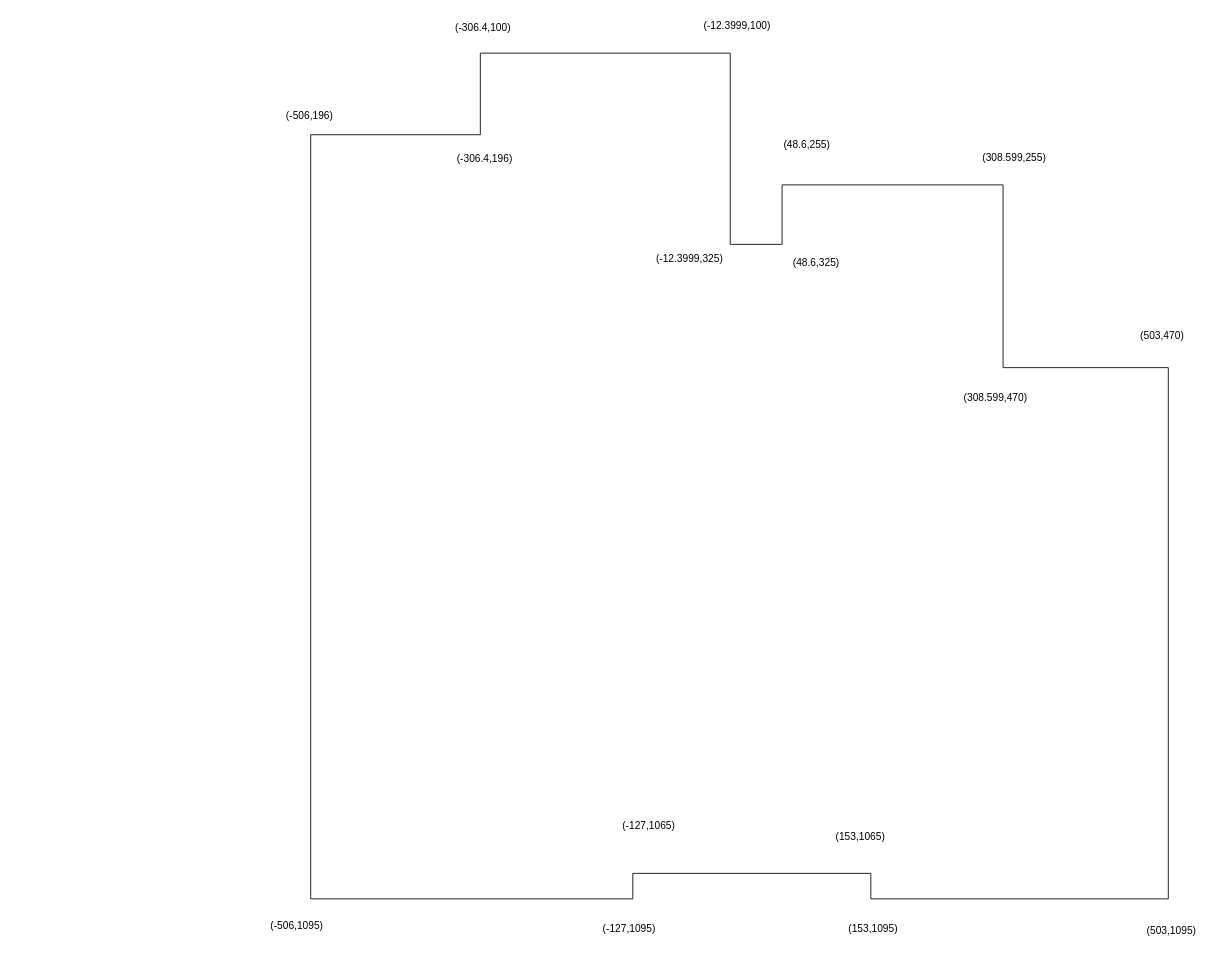
This is 工具/Untitled Diagram.drawio from leexiaozheng/summary, a draw.io file, before an edit. Source tidied: cells renumbered, new cells numbered last; positions are measured from the earlier drawing's top-left corner, leaving out a move shared by most shapes. Both pictures are drawn from the tidied source at 85%, with x=0, y=0 at pixel (258, 14).
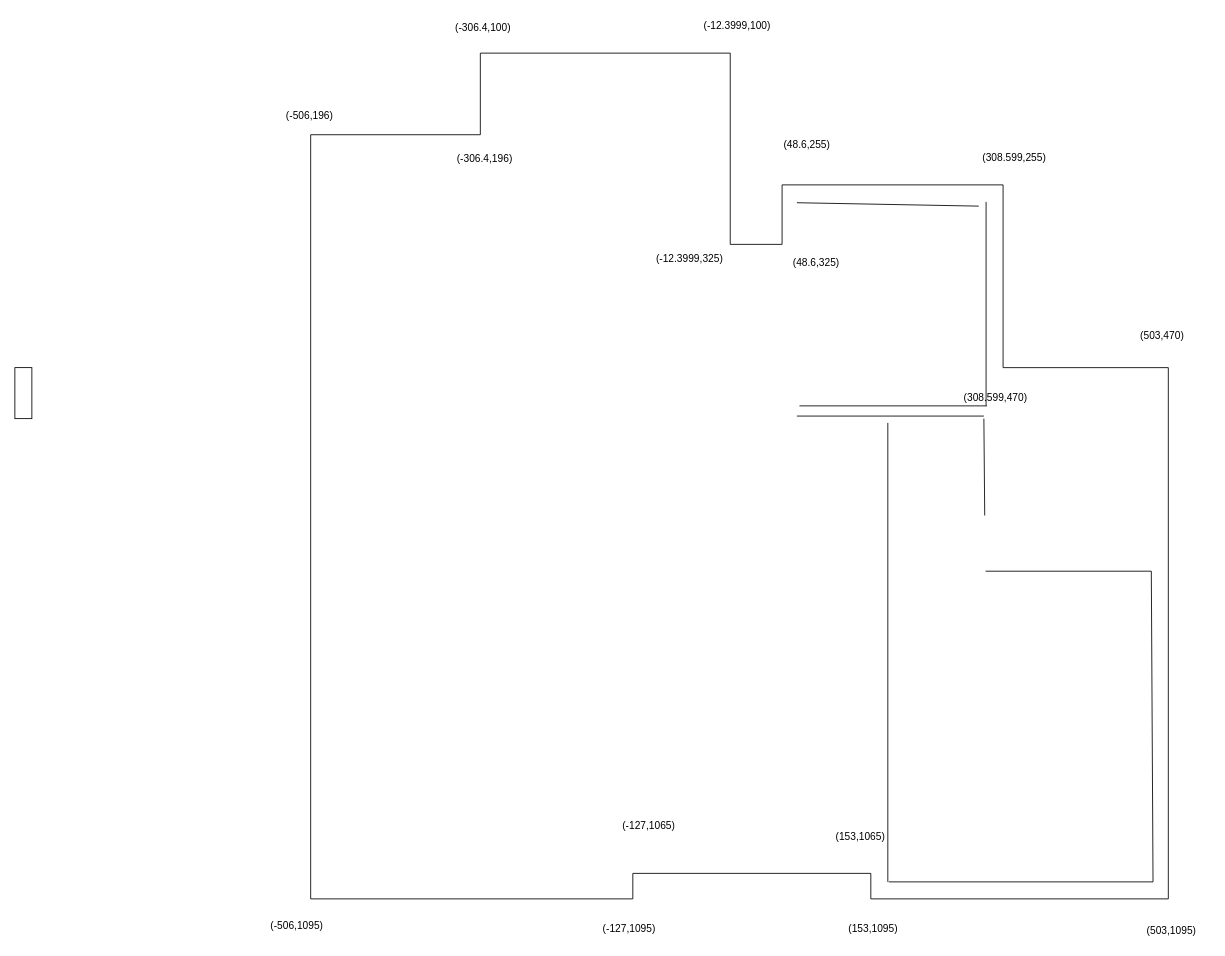
The same diagram, later.

The edit, as a diff of the source:
```diff
@@
+    <mxCell id="34" style="endArrow=none;html=1;targetPerimeterSpacing=10;" parent="1" edge="1">
+      <mxGeometry relative="1" as="geometry">
+        <mxPoint x="1052" y="1020" as="sourcePoint" />
+        <mxPoint x="1050" y="654.5" as="targetPoint" />
+      </mxGeometry>
+    </mxCell>
+    <mxCell id="35" style="endArrow=none;html=1;targetPerimeterSpacing=10;" parent="1" edge="1">
+      <mxGeometry relative="1" as="geometry">
+        <mxPoint x="1050" y="654.5" as="sourcePoint" />
+        <mxPoint x="855" y="654.5" as="targetPoint" />
+      </mxGeometry>
+    </mxCell>
+    <mxCell id="36" style="endArrow=none;html=1;targetPerimeterSpacing=10;" parent="1" edge="1">
+      <mxGeometry relative="1" as="geometry">
+        <mxPoint x="855.6" y="460" as="sourcePoint" />
+        <mxPoint x="855.6" y="220" as="targetPoint" />
+      </mxGeometry>
+    </mxCell>
+    <mxCell id="37" style="endArrow=none;html=1;targetPerimeterSpacing=10;" parent="1" edge="1">
+      <mxGeometry relative="1" as="geometry">
+        <mxPoint x="740" y="480" as="sourcePoint" />
+        <mxPoint x="740" y="1020" as="targetPoint" />
+      </mxGeometry>
+    </mxCell>
+    <mxCell id="38" style="endArrow=none;html=1;targetPerimeterSpacing=10;" parent="1" edge="1">
+      <mxGeometry relative="1" as="geometry">
+        <mxPoint x="636" y="460" as="sourcePoint" />
+        <mxPoint x="856.6" y="460" as="targetPoint" />
+      </mxGeometry>
+    </mxCell>
+    <mxCell id="39" style="endArrow=none;html=1;targetPerimeterSpacing=10;" parent="1" edge="1">
+      <mxGeometry relative="1" as="geometry">
+        <mxPoint x="633" y="221" as="sourcePoint" />
+        <mxPoint x="847" y="225" as="targetPoint" />
+      </mxGeometry>
+    </mxCell>
+    <mxCell id="40" style="endArrow=none;html=1;targetPerimeterSpacing=10;" parent="1" edge="1">
+      <mxGeometry relative="1" as="geometry">
+        <mxPoint x="633" y="472" as="sourcePoint" />
+        <mxPoint x="853" y="472" as="targetPoint" />
+      </mxGeometry>
+    </mxCell>
+    <mxCell id="41" style="endArrow=none;html=1;targetPerimeterSpacing=10;" parent="1" edge="1">
+      <mxGeometry relative="1" as="geometry">
+        <mxPoint x="741" y="1020" as="sourcePoint" />
+        <mxPoint x="1052" y="1020" as="targetPoint" />
+      </mxGeometry>
+    </mxCell>
+    <mxCell id="42" style="endArrow=none;html=1;targetPerimeterSpacing=10;" parent="1" edge="1">
+      <mxGeometry relative="1" as="geometry">
+        <mxPoint x="854" y="589" as="sourcePoint" />
+        <mxPoint x="853" y="475" as="targetPoint" />
+      </mxGeometry>
+    </mxCell>
+    <mxCell id="43" style="rounded=0;whiteSpace=wrap;html=1;" parent="1" vertex="1">
+      <mxGeometry x="-287" y="415" width="20" height="60" as="geometry" />
+    </mxCell>
```
